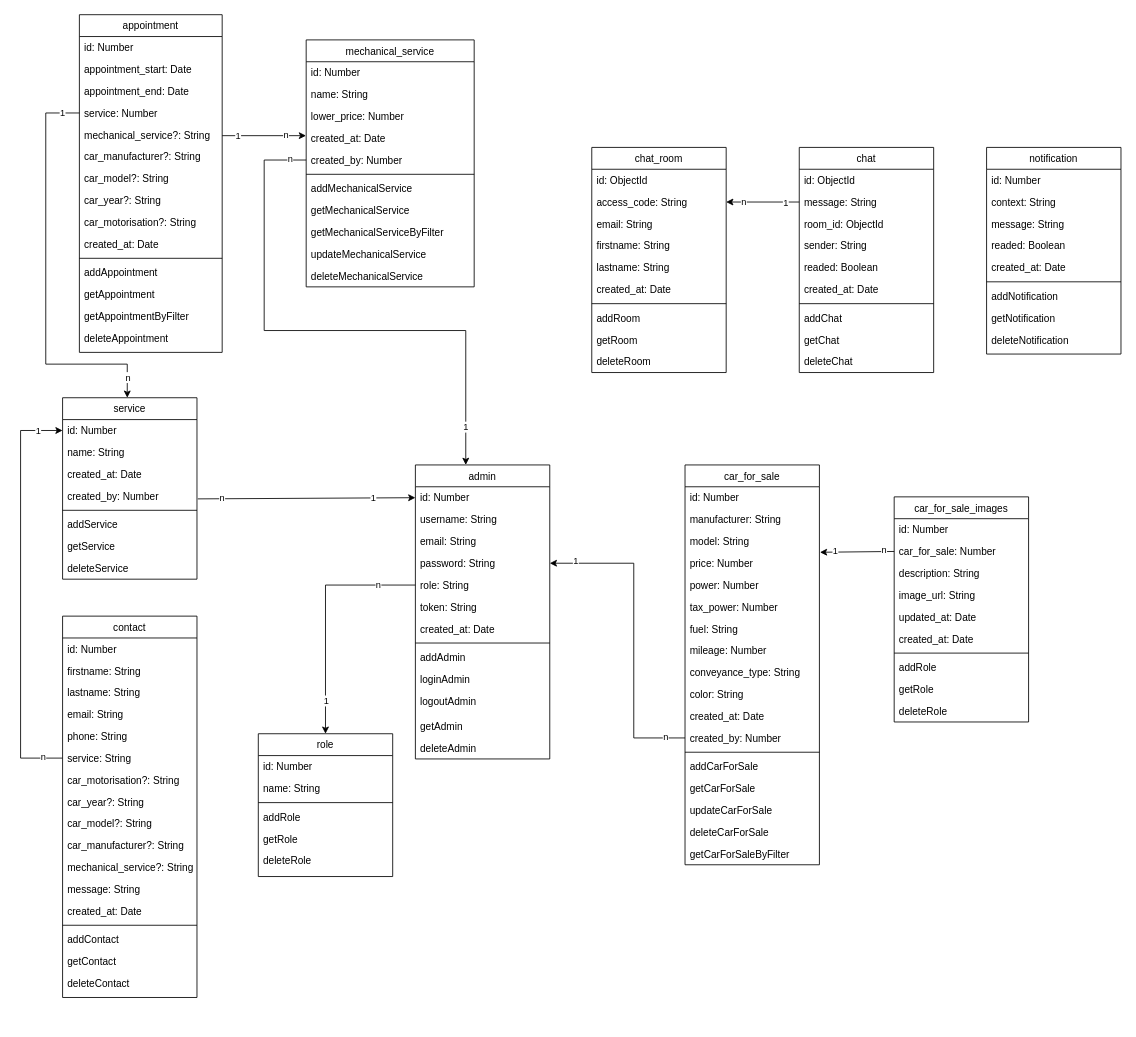
Earlier version of the draw.io diagram documentation/hephaistos-MCD.drawio (nsevendev/hephaistos). Source tidied: cells renumbered, new cells numbered last; positions are measured from the earlier drawing's top-left corner, leaving out a move shared by most shapes. Both pictures are drawn from the tidied source at 84%, with x=0, y=0 at pixel (20, 14).
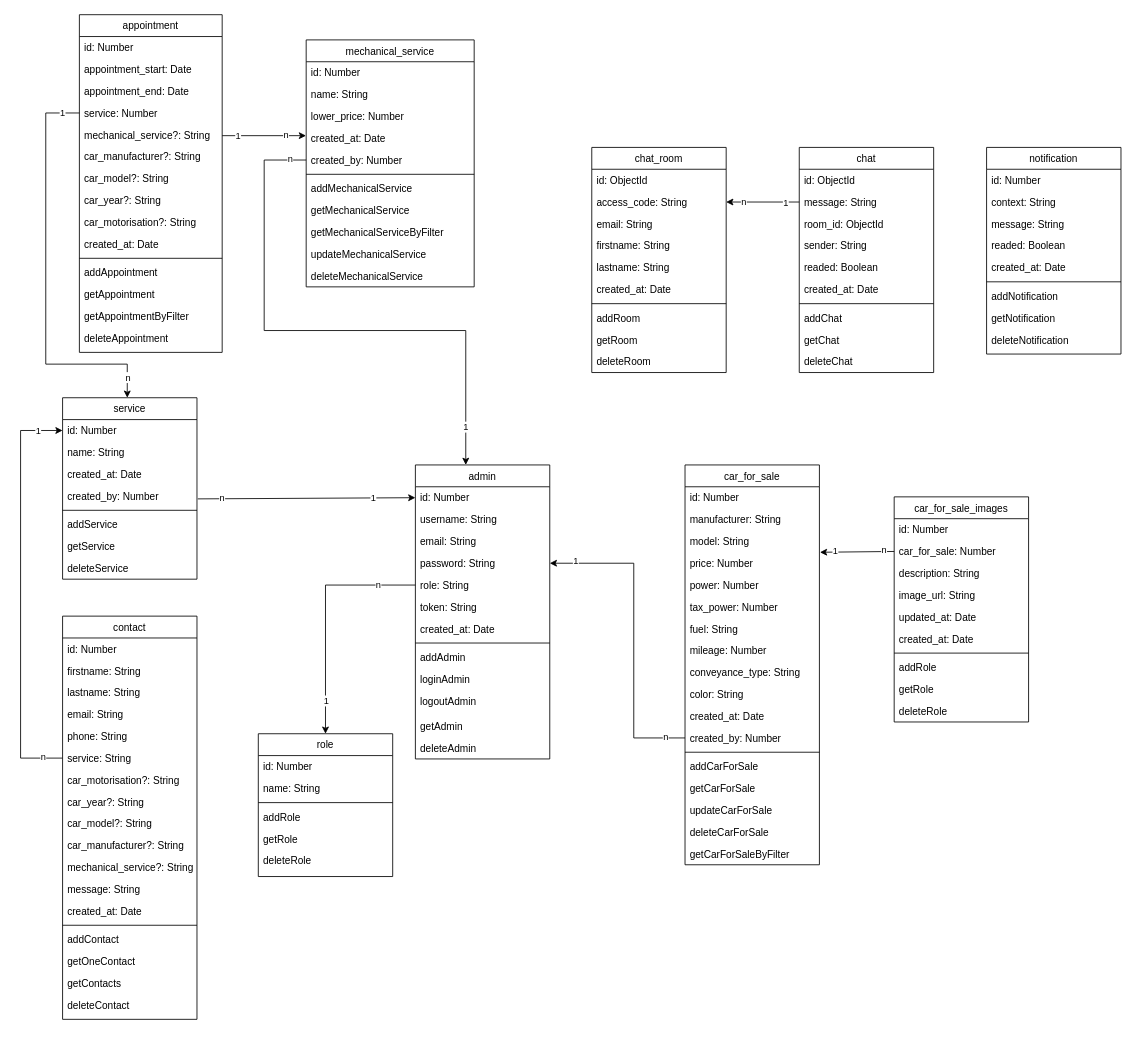
The same page after the edit.

Commit message:
modification schema contact

Change to the diagram source:
```diff
@@
     <mxCell id="72" value="contact" style="swimlane;fontStyle=0;align=center;verticalAlign=top;horizontal=1;startSize=26;rounded=0;shadow=0;strokeWidth=1;" parent="1" vertex="1">
-      <mxGeometry x="50" y="716" width="160" height="454" as="geometry" />
+      <mxGeometry x="50" y="716" width="160" height="480" as="geometry" />
     </mxCell>
@@
-    <mxCell id="88" value="getContact" style="text;align=left;verticalAlign=top;spacingLeft=4;spacingRight=4;overflow=hidden;" parent="72" vertex="1">
+    <mxCell id="88" value="getOneContact" style="text;align=left;verticalAlign=top;spacingLeft=4;spacingRight=4;overflow=hidden;" parent="72" vertex="1">
       <mxGeometry y="398" width="160" height="26" as="geometry" />
     </mxCell>
+    <mxCell id="167" value="getContacts" style="text;align=left;verticalAlign=top;spacingLeft=4;spacingRight=4;overflow=hidden;" parent="72" vertex="1">
+      <mxGeometry y="424" width="160" height="26" as="geometry" />
+    </mxCell>
     <mxCell id="89" value="deleteContact" style="text;align=left;verticalAlign=top;spacingLeft=4;spacingRight=4;overflow=hidden;" parent="72" vertex="1">
-      <mxGeometry y="424" width="160" height="30" as="geometry" />
+      <mxGeometry y="450" width="160" height="30" as="geometry" />
     </mxCell>
```
